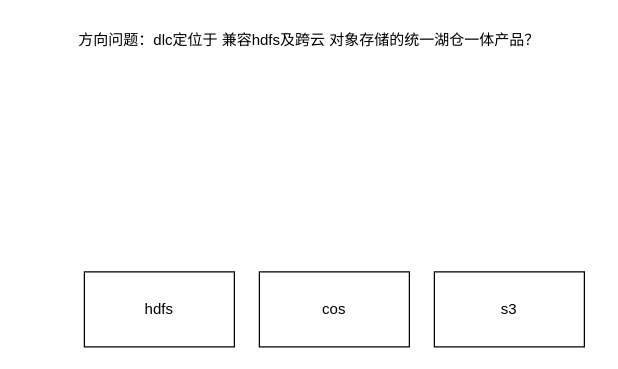
Above: dlc+tbds私有化.drawio in yuhuali1989/ui (draw.io), before the change. Source tidied: cells renumbered, new cells numbered last; positions are measured from the earlier drawing's top-left corner, leaving out a move shared by most shapes. Both pictures are drawn from the tidied source at 125%, with x=0, y=0 at pixel (21, 21).
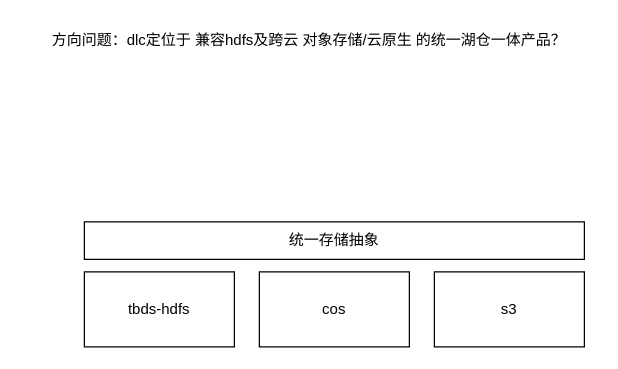
The same diagram, later.

Change to the diagram source:
```diff
@@
 <mxGraphModel>
   <root>
     <mxCell id="0" />
     <mxCell id="1" parent="0" />
-    <mxCell id="2" value="方向问题：dlc定位于 兼容hdfs及跨云 对象存储的统一湖仓一体产品？" style="text;html=1;strokeColor=none;fillColor=none;align=center;verticalAlign=middle;whiteSpace=wrap;rounded=0;" parent="1" vertex="1">
+    <mxCell id="2" value="方向问题：dlc定位于 兼容hdfs及跨云 对象存储/云原生 的统一湖仓一体产品？" style="text;html=1;strokeColor=none;fillColor=none;align=center;verticalAlign=middle;whiteSpace=wrap;rounded=0;" parent="1" vertex="1">
       <mxGeometry width="460" height="30" as="geometry" />
     </mxCell>
-    <mxCell id="3" value="hdfs" style="rounded=0;whiteSpace=wrap;html=1;" parent="1" vertex="1">
+    <mxCell id="3" value="tbds-hdfs" style="rounded=0;whiteSpace=wrap;html=1;" parent="1" vertex="1">
       <mxGeometry x="50" y="200" width="120" height="60" as="geometry" />
     </mxCell>
     <mxCell id="4" value="cos" style="rounded=0;whiteSpace=wrap;html=1;" parent="1" vertex="1">
       <mxGeometry x="190" y="200" width="120" height="60" as="geometry" />
     </mxCell>
     <mxCell id="5" value="s3" style="rounded=0;whiteSpace=wrap;html=1;" parent="1" vertex="1">
       <mxGeometry x="330" y="200" width="120" height="60" as="geometry" />
     </mxCell>
+    <mxCell id="6" value="统一存储抽象" style="rounded=0;whiteSpace=wrap;html=1;" parent="1" vertex="1">
+      <mxGeometry x="50" y="160" width="400" height="30" as="geometry" />
+    </mxCell>
   </root>
 </mxGraphModel>
```
